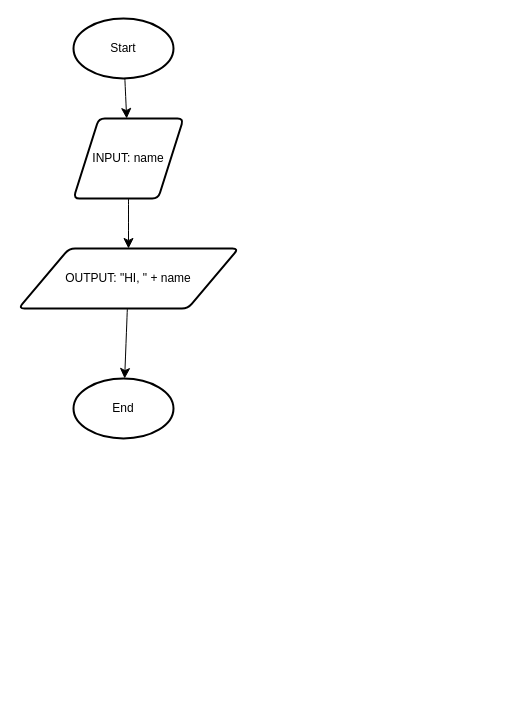
This is Untitled Diagram.drawio from ksol17/ksol17, a draw.io file, before an edit. Source tidied: cells renumbered, new cells numbered last; positions are measured from the earlier drawing's top-left corner, leaving out a move shared by most shapes. Both pictures are drawn from the tidied source at 100%, with x=0, y=0 at pixel (18, 18).
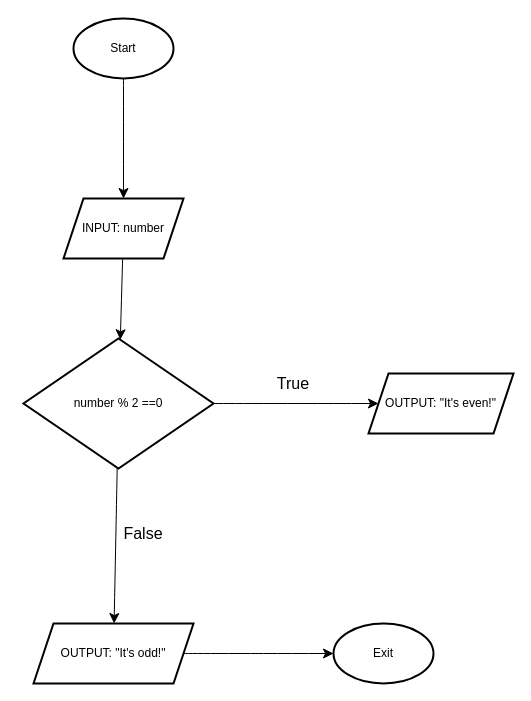
After the change.

Change to the diagram source:
```diff
@@
 <mxGraphModel>
   <root>
     <mxCell id="0" />
     <mxCell id="1" parent="0" />
-    <mxCell id="2" style="edgeStyle=none;curved=1;rounded=0;jettySize=auto;html=1;fontSize=12;startSize=8;endSize=8;" parent="1" edge="1" source="3" target="5">
-      <mxGeometry relative="1" as="geometry" />
-    </mxCell>
+    <mxCell id="9" style="edgeStyle=none;curved=1;rounded=0;jettySize=auto;html=1;fontSize=12;startSize=8;endSize=8;" parent="1" edge="1" source="3" target="11">
+      <mxGeometry relative="1" as="geometry" />
+    </mxCell>
     <mxCell id="3" value="Start" style="strokeWidth=2;html=1;shape=mxgraph.flowchart.start_1;whiteSpace=wrap;" parent="1" vertex="1">
       <mxGeometry x="55" width="100" height="60" as="geometry" />
     </mxCell>
-    <mxCell id="4" style="edgeStyle=none;curved=1;rounded=0;jettySize=auto;html=1;fontSize=12;startSize=8;endSize=8;" parent="1" edge="1" source="5" target="7">
-      <mxGeometry relative="1" as="geometry" />
-    </mxCell>
-    <mxCell id="5" value="INPUT: name" style="shape=parallelogram;html=1;strokeWidth=2;perimeter=parallelogramPerimeter;whiteSpace=wrap;rounded=1;arcSize=12;size=0.23;" parent="1" vertex="1">
-      <mxGeometry x="55" y="100" width="110" height="80" as="geometry" />
-    </mxCell>
-    <mxCell id="6" style="edgeStyle=none;curved=1;rounded=0;jettySize=auto;html=1;fontSize=12;startSize=8;endSize=8;" parent="1" edge="1" source="7" target="8">
-      <mxGeometry relative="1" as="geometry" />
-    </mxCell>
-    <mxCell id="7" value="OUTPUT: &quot;HI, &quot; + name" style="shape=parallelogram;html=1;strokeWidth=2;perimeter=parallelogramPerimeter;whiteSpace=wrap;rounded=1;arcSize=12;size=0.23;" parent="1" vertex="1">
-      <mxGeometry y="230" width="220" height="60" as="geometry" />
-    </mxCell>
-    <mxCell id="8" value="End" style="strokeWidth=2;html=1;shape=mxgraph.flowchart.start_1;whiteSpace=wrap;" parent="1" vertex="1">
-      <mxGeometry x="55" y="360" width="100" height="60" as="geometry" />
-    </mxCell>
+    <mxCell id="10" style="edgeStyle=none;curved=1;rounded=0;jettySize=auto;html=1;fontSize=12;startSize=8;endSize=8;" parent="1" edge="1" source="11" target="14">
+      <mxGeometry relative="1" as="geometry" />
+    </mxCell>
+    <mxCell id="11" value="INPUT: number" style="shape=parallelogram;perimeter=parallelogramPerimeter;whiteSpace=wrap;html=1;fixedSize=1;strokeWidth=2;" parent="1" vertex="1">
+      <mxGeometry x="45" y="180" width="120" height="60" as="geometry" />
+    </mxCell>
+    <mxCell id="12" style="edgeStyle=none;curved=1;rounded=0;jettySize=auto;html=1;fontSize=12;startSize=8;endSize=8;" parent="1" edge="1" source="14" target="15">
+      <mxGeometry relative="1" as="geometry" />
+    </mxCell>
+    <mxCell id="13" style="edgeStyle=none;curved=1;rounded=0;jettySize=auto;html=1;fontSize=12;startSize=8;endSize=8;" parent="1" edge="1" source="14" target="18">
+      <mxGeometry relative="1" as="geometry" />
+    </mxCell>
+    <mxCell id="14" value="number % 2 ==0" style="rhombus;whiteSpace=wrap;html=1;strokeWidth=2;" parent="1" vertex="1">
+      <mxGeometry x="5" y="320" width="190" height="130" as="geometry" />
+    </mxCell>
+    <mxCell id="15" value="OUTPUT: &quot;It's even!&quot;" style="shape=parallelogram;perimeter=parallelogramPerimeter;whiteSpace=wrap;html=1;fixedSize=1;strokeWidth=2;" parent="1" vertex="1">
+      <mxGeometry x="350" y="355" width="145" height="60" as="geometry" />
+    </mxCell>
+    <mxCell id="16" value="True" style="text;strokeColor=none;fillColor=none;html=1;align=center;verticalAlign=middle;whiteSpace=wrap;rounded=0;fontSize=16;" parent="1" vertex="1">
+      <mxGeometry x="245" y="350" width="60" height="30" as="geometry" />
+    </mxCell>
+    <mxCell id="17" style="edgeStyle=none;curved=1;rounded=0;jettySize=auto;html=1;fontSize=12;startSize=8;endSize=8;" parent="1" edge="1" source="18" target="20">
+      <mxGeometry relative="1" as="geometry" />
+    </mxCell>
+    <mxCell id="18" value="OUTPUT: &quot;It's odd!&quot;" style="shape=parallelogram;perimeter=parallelogramPerimeter;whiteSpace=wrap;html=1;fixedSize=1;strokeWidth=2;" parent="1" vertex="1">
+      <mxGeometry x="15" y="605" width="160" height="60" as="geometry" />
+    </mxCell>
+    <mxCell id="19" value="False" style="text;strokeColor=none;fillColor=none;html=1;align=center;verticalAlign=middle;whiteSpace=wrap;rounded=0;fontSize=16;" parent="1" vertex="1">
+      <mxGeometry x="95" y="500" width="60" height="30" as="geometry" />
+    </mxCell>
+    <mxCell id="20" value="Exit" style="strokeWidth=2;html=1;shape=mxgraph.flowchart.start_1;whiteSpace=wrap;" parent="1" vertex="1">
+      <mxGeometry x="315" y="605" width="100" height="60" as="geometry" />
+    </mxCell>
   </root>
 </mxGraphModel>
```
